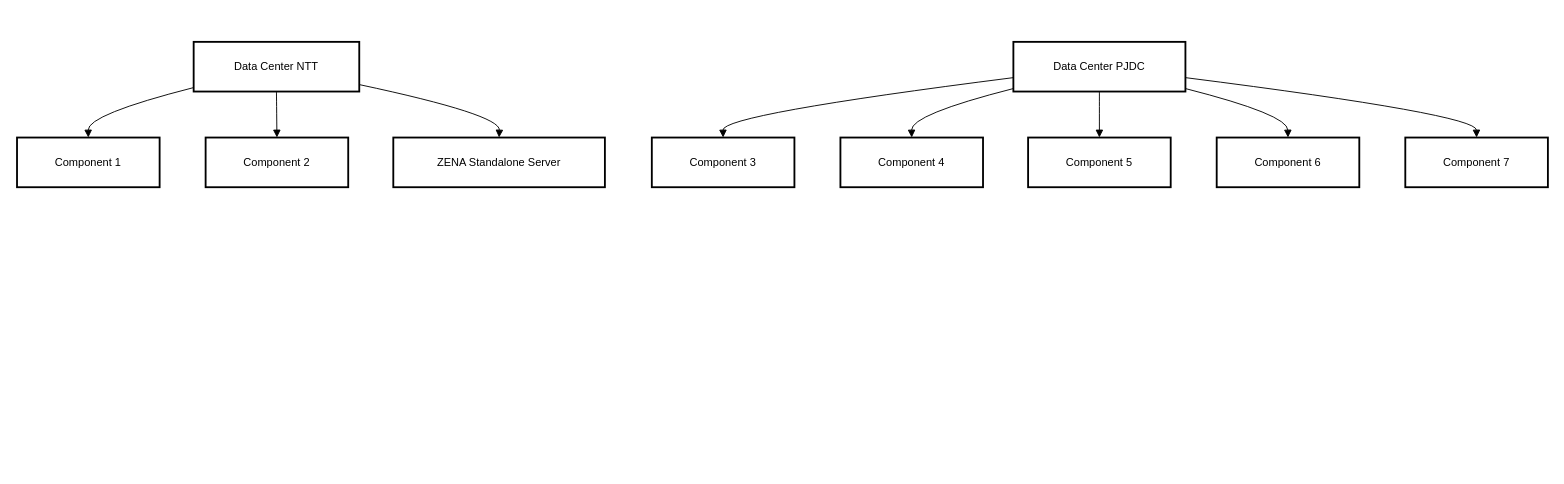
Before: Untitled Diagram.drawio in nornikmanabdrahim/nornikmanabdrahim, a draw.io diagram. Source tidied: cells renumbered, new cells numbered last; positions are measured from the earlier drawing's top-left corner, leaving out a move shared by most shapes. Both pictures are drawn from the tidied source at 92%, with x=0, y=0 at pixel (17, 41).
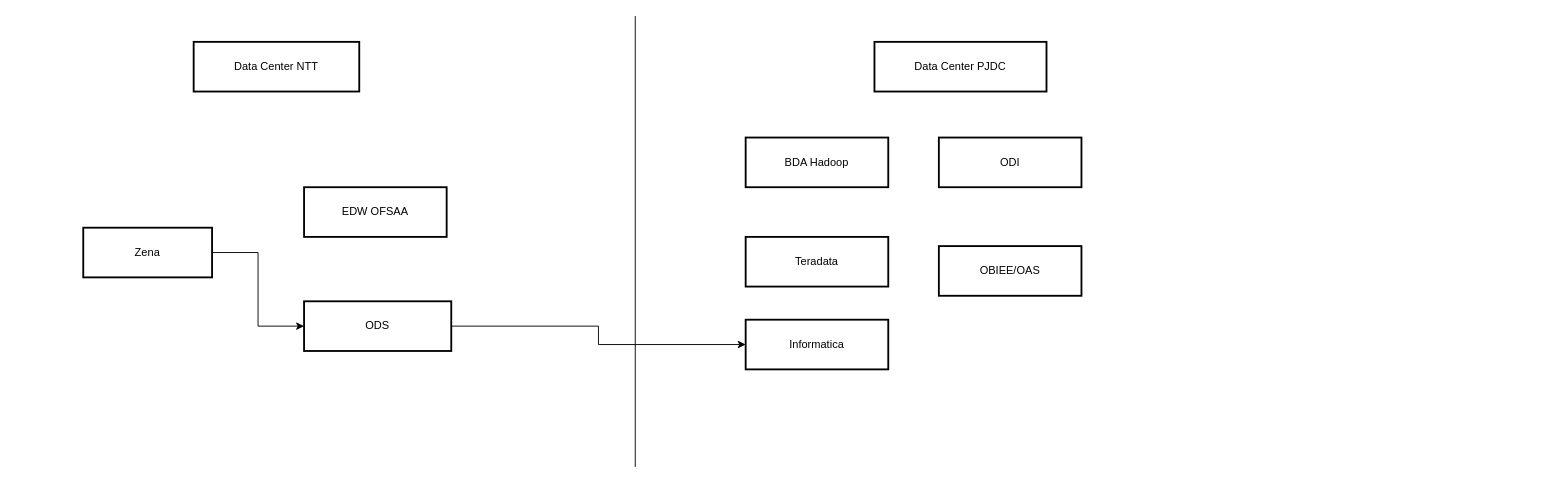
Above is the later version.

The change refers to these unchanged cells:
```xml
<mxCell id="2" value="Data Center NTT" style="whiteSpace=wrap;strokeWidth=2;" parent="1" vertex="1">
  <mxGeometry x="192" width="180" height="54" as="geometry" />
</mxCell>
```

What changed in the source:
```diff
@@
+    <mxCell id="20" style="edgeStyle=orthogonalEdgeStyle;rounded=0;jettySize=auto;html=1;entryX=0;entryY=0.5;entryDx=0;entryDy=0;" parent="1" edge="1" source="3" target="9">
+      <mxGeometry relative="1" as="geometry" />
+    </mxCell>
-    <mxCell id="3" value="Component 1" style="whiteSpace=wrap;strokeWidth=2;" parent="1" vertex="1">
-      <mxGeometry y="104" width="155" height="54" as="geometry" />
+    <mxCell id="3" value="ODS" style="whiteSpace=wrap;strokeWidth=2;" parent="1" vertex="1">
+      <mxGeometry x="312" y="282" width="160" height="54" as="geometry" />
     </mxCell>
-    <mxCell id="4" value="Component 2" style="whiteSpace=wrap;strokeWidth=2;" parent="1" vertex="1">
-      <mxGeometry x="205" y="104" width="155" height="54" as="geometry" />
+    <mxCell id="4" value="EDW OFSAA" style="whiteSpace=wrap;strokeWidth=2;" parent="1" vertex="1">
+      <mxGeometry x="312" y="158" width="155" height="54" as="geometry" />
     </mxCell>
+    <mxCell id="21" style="edgeStyle=orthogonalEdgeStyle;rounded=0;jettySize=auto;html=1;entryX=0;entryY=0.5;entryDx=0;entryDy=0;" parent="1" edge="1" source="5" target="3">
+      <mxGeometry relative="1" as="geometry" />
+    </mxCell>
-    <mxCell id="5" value="ZENA Standalone Server" style="whiteSpace=wrap;strokeWidth=2;" parent="1" vertex="1">
-      <mxGeometry x="409" y="104" width="230" height="54" as="geometry" />
+    <mxCell id="5" value="Zena" style="whiteSpace=wrap;strokeWidth=2;" parent="1" vertex="1">
+      <mxGeometry x="72" y="202" width="140" height="54" as="geometry" />
     </mxCell>
     <mxCell id="6" value="Data Center PJDC" style="whiteSpace=wrap;strokeWidth=2;" parent="1" vertex="1">
-      <mxGeometry x="1083" width="187" height="54" as="geometry" />
+      <mxGeometry x="932" width="187" height="54" as="geometry" />
     </mxCell>
-    <mxCell id="7" value="Component 3" style="whiteSpace=wrap;strokeWidth=2;" parent="1" vertex="1">
-      <mxGeometry x="690" y="104" width="155" height="54" as="geometry" />
+    <mxCell id="7" value="Teradata" style="whiteSpace=wrap;strokeWidth=2;" parent="1" vertex="1">
+      <mxGeometry x="792" y="212" width="155" height="54" as="geometry" />
     </mxCell>
-    <mxCell id="8" value="Component 4" style="whiteSpace=wrap;strokeWidth=2;" parent="1" vertex="1">
-      <mxGeometry x="895" y="104" width="155" height="54" as="geometry" />
+    <mxCell id="8" value="BDA Hadoop" style="whiteSpace=wrap;strokeWidth=2;" parent="1" vertex="1">
+      <mxGeometry x="792" y="104" width="155" height="54" as="geometry" />
     </mxCell>
-    <mxCell id="9" value="Component 5" style="whiteSpace=wrap;strokeWidth=2;" parent="1" vertex="1">
-      <mxGeometry x="1099" y="104" width="155" height="54" as="geometry" />
+    <mxCell id="9" value="Informatica" style="whiteSpace=wrap;strokeWidth=2;" parent="1" vertex="1">
+      <mxGeometry x="792" y="302" width="155" height="54" as="geometry" />
     </mxCell>
-    <mxCell id="10" value="Component 6" style="whiteSpace=wrap;strokeWidth=2;" parent="1" vertex="1">
-      <mxGeometry x="1304" y="104" width="155" height="54" as="geometry" />
+    <mxCell id="10" value="OBIEE/OAS" style="whiteSpace=wrap;strokeWidth=2;" parent="1" vertex="1">
+      <mxGeometry x="1002" y="222" width="155" height="54" as="geometry" />
     </mxCell>
-    <mxCell id="11" value="Component 7" style="whiteSpace=wrap;strokeWidth=2;" parent="1" vertex="1">
-      <mxGeometry x="1509" y="104" width="155" height="54" as="geometry" />
+    <mxCell id="11" value="ODI" style="whiteSpace=wrap;strokeWidth=2;" parent="1" vertex="1">
+      <mxGeometry x="1002" y="104" width="155" height="54" as="geometry" />
     </mxCell>
-    <mxCell id="12" style="curved=1;startArrow=none;endArrow=block;exitX=0;exitY=0.92;entryX=0.5;entryY=0;" parent="1" edge="1" source="2" target="3">
-      <mxGeometry relative="1" as="geometry">
-        <Array as="points">
-          <mxPoint x="77" y="79" />
-        </Array>
-      </mxGeometry>
-    </mxCell>
-    <mxCell id="13" style="curved=1;startArrow=none;endArrow=block;exitX=0.5;exitY=1;entryX=0.5;entryY=0;" parent="1" edge="1" source="2" target="4">
-      <mxGeometry relative="1" as="geometry" />
-    </mxCell>
-    <mxCell id="14" style="curved=1;startArrow=none;endArrow=block;exitX=1;exitY=0.86;entryX=0.5;entryY=0;" parent="1" edge="1" source="2" target="5">
-      <mxGeometry relative="1" as="geometry">
-        <Array as="points">
-          <mxPoint x="525" y="79" />
-        </Array>
-      </mxGeometry>
-    </mxCell>
-    <mxCell id="15" style="curved=1;startArrow=none;endArrow=block;exitX=0;exitY=0.72;entryX=0.5;entryY=0;" parent="1" edge="1" source="6" target="7">
-      <mxGeometry relative="1" as="geometry">
-        <Array as="points">
-          <mxPoint x="767" y="79" />
-        </Array>
-      </mxGeometry>
-    </mxCell>
-    <mxCell id="16" style="curved=1;startArrow=none;endArrow=block;exitX=0;exitY=0.94;entryX=0.5;entryY=0;" parent="1" edge="1" source="6" target="8">
-      <mxGeometry relative="1" as="geometry">
-        <Array as="points">
-          <mxPoint x="972" y="79" />
-        </Array>
-      </mxGeometry>
-    </mxCell>
-    <mxCell id="17" style="curved=1;startArrow=none;endArrow=block;exitX=0.5;exitY=1;entryX=0.5;entryY=0;" parent="1" edge="1" source="6" target="9">
-      <mxGeometry relative="1" as="geometry" />
-    </mxCell>
-    <mxCell id="18" style="curved=1;startArrow=none;endArrow=block;exitX=1;exitY=0.94;entryX=0.5;entryY=0;" parent="1" edge="1" source="6" target="10">
-      <mxGeometry relative="1" as="geometry">
-        <Array as="points">
-          <mxPoint x="1381" y="79" />
-        </Array>
-      </mxGeometry>
-    </mxCell>
-    <mxCell id="19" style="curved=1;startArrow=none;endArrow=block;exitX=1;exitY=0.72;entryX=0.5;entryY=0;" parent="1" edge="1" source="6" target="11">
-      <mxGeometry relative="1" as="geometry">
-        <Array as="points">
-          <mxPoint x="1586" y="79" />
-        </Array>
-      </mxGeometry>
-    </mxCell>
+    <mxCell id="22" style="endArrow=none;html=1;rounded=0;" parent="1" edge="1">
+      <mxGeometry relative="1" as="geometry">
+        <mxPoint x="672" y="462" as="sourcePoint" />
+        <mxPoint x="672" y="-28" as="targetPoint" />
+      </mxGeometry>
+    </mxCell>
```
